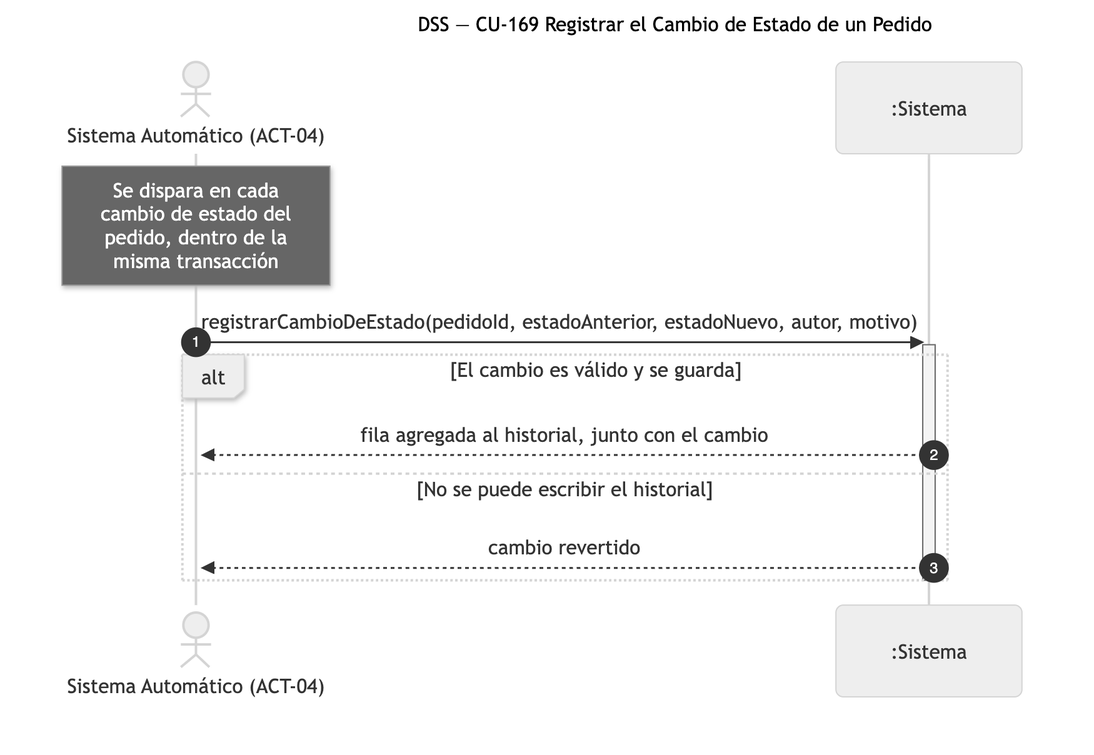
Above: diagramas/png/DSS_CU-169_Registrar-el-Cambio-de-Estado-de-un-Pedido.png in Nahuelito-Dev/splg-docs (Mermaid), before the change. Its source is kept beside it as diagramas/DSS_CU-169_Registrar-el-Cambio-de-Estado-de-un-Pedido.mmd. Its diagram source:
```mermaid
sequenceDiagram
    title DSS — CU-169 Registrar el Cambio de Estado de un Pedido
    autonumber
    actor SAU as Sistema Automático (ACT-04)
    participant SIS as :Sistema

    Note over SAU: Se dispara en cada<br/>cambio de estado del<br/>pedido, dentro de la<br/>misma transacción
    SAU->>SIS: registrarCambioDeEstado(pedidoId, estadoAnterior, estadoNuevo, autor, motivo)
    activate SIS
    alt El cambio es válido y se guarda
        SIS-->>SAU: fila agregada al historial, junto con el cambio
    else No se puede escribir el historial
        SIS-->>SAU: cambio revertido
    end
    deactivate SIS
```
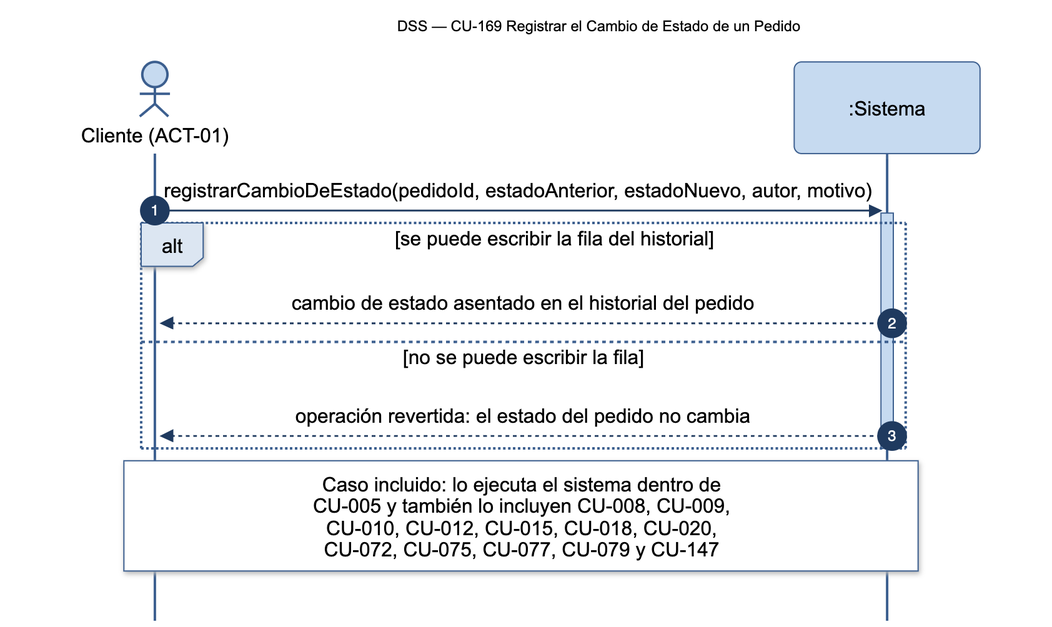
After the commit.

Change to the diagram source:
```diff
@@ -1,15 +1,15 @@
 sequenceDiagram
     title DSS — CU-169 Registrar el Cambio de Estado de un Pedido
     autonumber
-    actor SAU as Sistema Automático (ACT-04)
+    actor CLI as Cliente (ACT-01)
     participant SIS as :Sistema
 
-    Note over SAU: Se dispara en cada<br/>cambio de estado del<br/>pedido, dentro de la<br/>misma transacción
-    SAU->>SIS: registrarCambioDeEstado(pedidoId, estadoAnterior, estadoNuevo, autor, motivo)
+    CLI->>SIS: registrarCambioDeEstado(pedidoId, estadoAnterior, estadoNuevo, autor, motivo)
     activate SIS
-    alt El cambio es válido y se guarda
-        SIS-->>SAU: fila agregada al historial, junto con el cambio
-    else No se puede escribir el historial
-        SIS-->>SAU: cambio revertido
+    alt se puede escribir la fila del historial
+        SIS-->>CLI: cambio de estado asentado en el historial del pedido
+    else no se puede escribir la fila
+        SIS-->>CLI: operación revertida: el estado del pedido no cambia
     end
     deactivate SIS
+    Note over CLI,SIS: Caso incluido: lo ejecuta el sistema dentro de<br/>CU-005 y también lo incluyen CU-008, CU-009,<br/>CU-010, CU-012, CU-015, CU-018, CU-020,<br/>CU-072, CU-075, CU-077, CU-079 y CU-147
```
